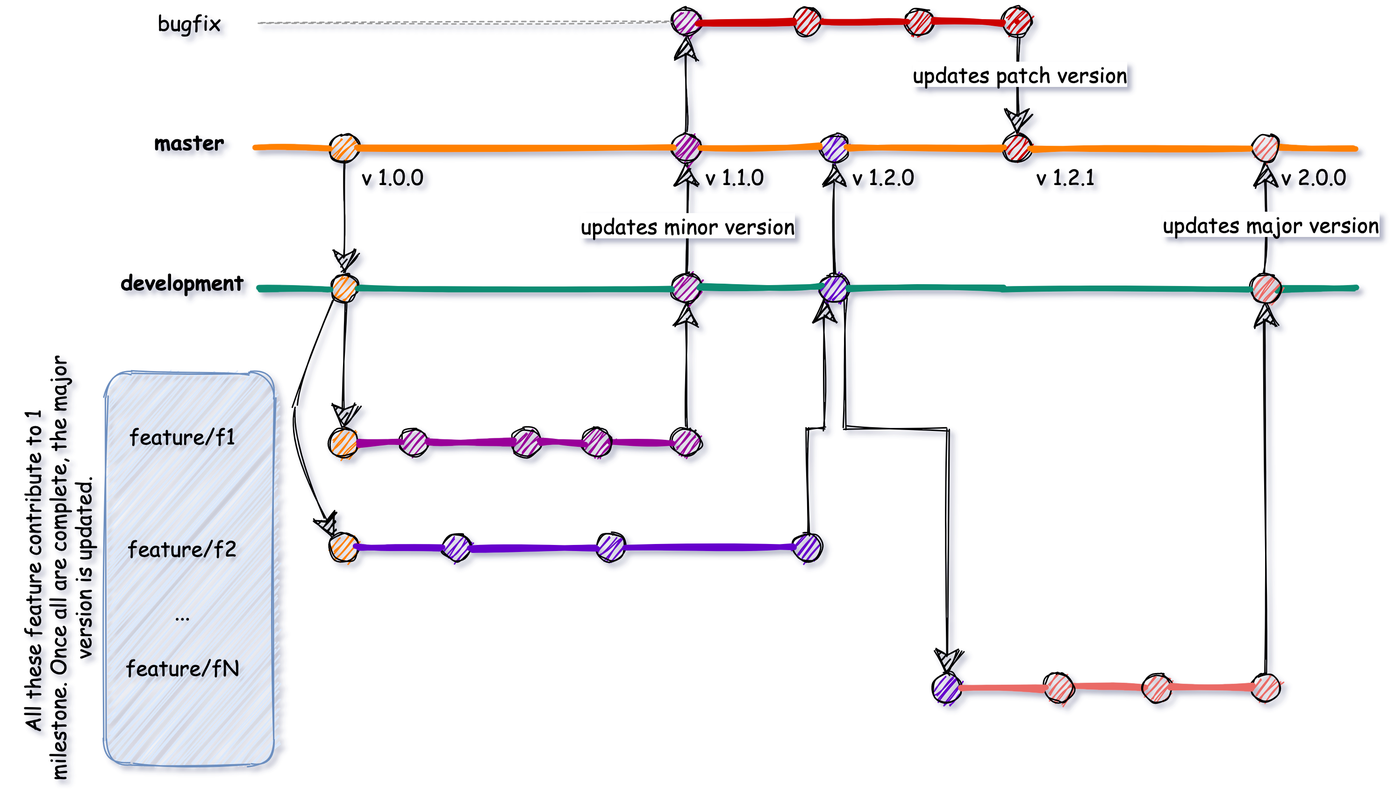
The draw.io diagram img/branching_versioning.png in adimitrova/tubeverter, before a commit. Source tidied: cells renumbered, new cells last; positions are measured from the earlier drawing's top-left corner, leaving out a move shared by most shapes.
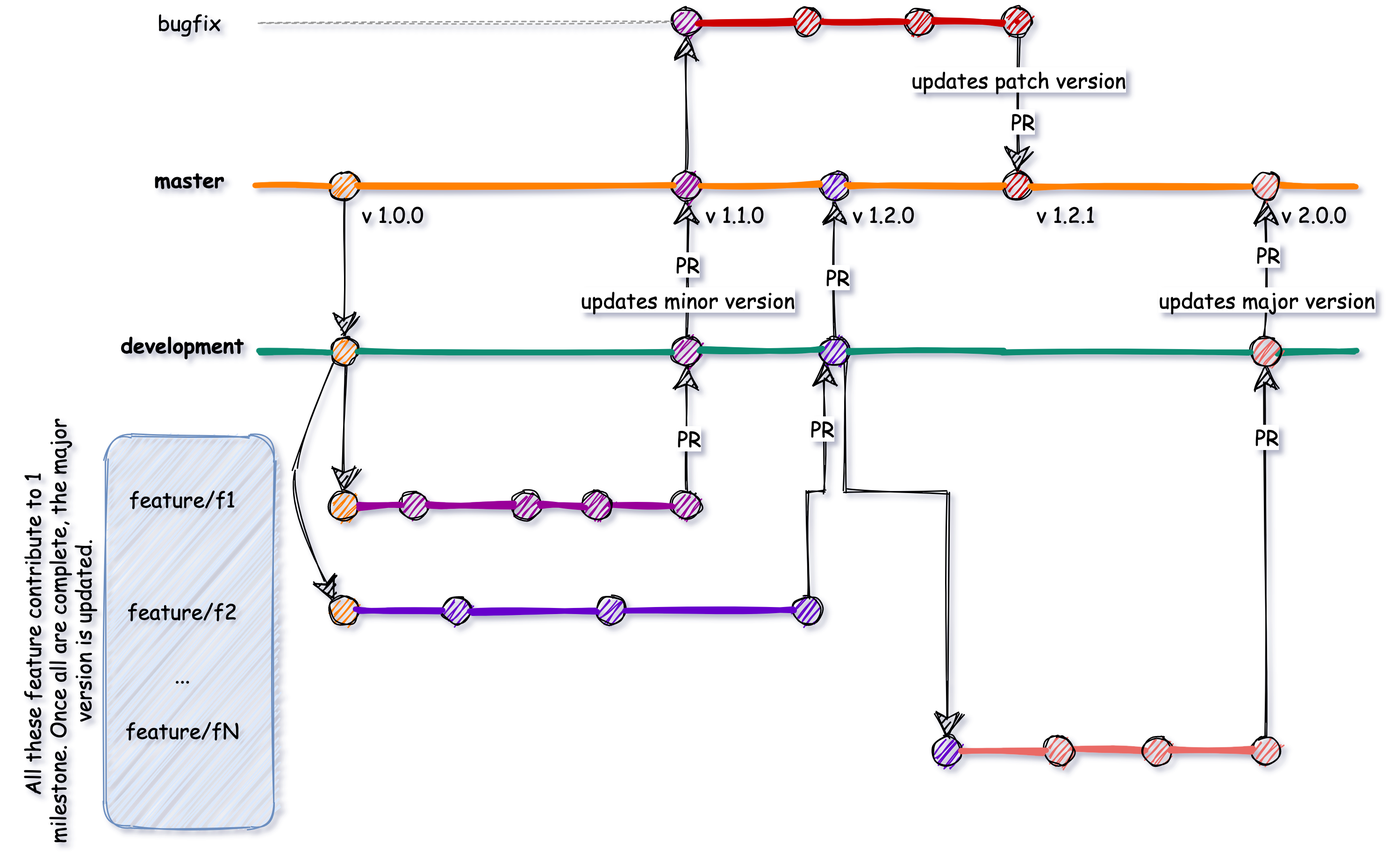
After the change.

Commit message:
corrections to the branching image

Change to the diagram source:
```diff
@@ -25,7 +25,7 @@
       <mxGeometry x="220" y="185" width="50" height="30" as="geometry" />
     </mxCell>
     <mxCell id="8" value="v 1.0.0" style="text;html=1;strokeColor=none;fillColor=none;align=center;verticalAlign=middle;whiteSpace=wrap;rounded=0;fontFamily=Comic Sans MS;fontSize=15;sketch=1;" parent="1" vertex="1">
-      <mxGeometry x="370" y="115" width="50" height="20" as="geometry" />
+      <mxGeometry x="370" y="97" width="50" height="20" as="geometry" />
     </mxCell>
     <mxCell id="9" style="ellipse;whiteSpace=wrap;html=1;fillColor=#FF8000;sketch=1;" parent="1" vertex="1">
       <mxGeometry x="350" y="305" width="20" height="20" as="geometry" />
@@ -33,6 +33,9 @@
     <mxCell id="10" style="edgeStyle=orthogonalEdgeStyle;rounded=0;jettySize=auto;html=1;exitX=0.5;exitY=0;exitDx=0;exitDy=0;entryX=0.5;entryY=1;entryDx=0;entryDy=0;strokeWidth=1;fillColor=#000066;fontFamily=Comic Sans MS;fontSize=15;sketch=1;endSize=15;" parent="1" edge="1" source="11" target="21">
       <mxGeometry relative="1" as="geometry" />
     </mxCell>
+    <mxCell id="85" value="PR" style="edgeLabel;html=1;align=center;verticalAlign=middle;fontSize=15;fontFamily=Comic Sans MS;" parent="10" vertex="1">
+      <mxGeometry x="-0.13" y="-1" relative="1" as="geometry" />
+    </mxCell>
     <mxCell id="11" style="ellipse;whiteSpace=wrap;html=1;fillColor=#990099;sketch=1;" parent="1" vertex="1">
       <mxGeometry x="594" y="305" width="20" height="20" as="geometry" />
     </mxCell>
@@ -62,9 +65,12 @@
     </mxCell>
     <mxCell id="20" value="updates minor version" style="edgeLabel;html=1;align=center;verticalAlign=middle;fontSize=15;fontFamily=Comic Sans MS;" parent="19" vertex="1">
       <mxGeometry x="-0.1" y="-1" relative="1" as="geometry">
-        <mxPoint x="-1" as="offset" />
+        <mxPoint x="-1" y="16" as="offset" />
       </mxGeometry>
     </mxCell>
+    <mxCell id="86" value="PR" style="edgeLabel;html=1;align=center;verticalAlign=middle;fontSize=15;fontFamily=Comic Sans MS;" parent="19" vertex="1">
+      <mxGeometry x="0.07" relative="1" as="geometry" />
+    </mxCell>
     <mxCell id="21" style="ellipse;whiteSpace=wrap;html=1;fillColor=#990099;sketch=1;" parent="1" vertex="1">
       <mxGeometry x="594" y="195" width="20" height="20" as="geometry" />
     </mxCell>
@@ -75,27 +81,27 @@
       <mxGeometry x="220" y="295" width="50" height="30" as="geometry" />
     </mxCell>
     <mxCell id="24" value="bugfix" style="text;html=1;strokeColor=none;fillColor=none;align=center;verticalAlign=middle;whiteSpace=wrap;rounded=0;strokeWidth=1;fontSize=15;fontFamily=Comic Sans MS;sketch=1;" parent="1" vertex="1">
-      <mxGeometry x="225" width="50" height="30" as="geometry" />
+      <mxGeometry x="225" y="-45" width="50" height="30" as="geometry" />
     </mxCell>
     <mxCell id="25" style="endArrow=none;html=1;fillColor=#000066;strokeWidth=4;strokeColor=#CC0000;sketch=1;" parent="1" edge="1" source="63">
       <mxGeometry relative="1" as="geometry">
-        <mxPoint x="840" y="15" as="targetPoint" />
+        <mxPoint x="840" y="-30" as="targetPoint" />
       </mxGeometry>
     </mxCell>
     <mxCell id="26" style="ellipse;whiteSpace=wrap;html=1;fillColor=#990099;sketch=1;" parent="1" vertex="1">
-      <mxGeometry x="594" y="5" width="20" height="20" as="geometry" />
+      <mxGeometry x="594" y="-40" width="20" height="20" as="geometry" />
     </mxCell>
     <mxCell id="27" value="v 1.1.0" style="text;html=1;strokeColor=none;fillColor=none;align=center;verticalAlign=middle;whiteSpace=wrap;rounded=0;fontFamily=Comic Sans MS;fontSize=15;sketch=1;" parent="1" vertex="1">
-      <mxGeometry x="614" y="115" width="50" height="20" as="geometry" />
+      <mxGeometry x="614" y="97" width="50" height="20" as="geometry" />
     </mxCell>
     <mxCell id="28" style="ellipse;whiteSpace=wrap;html=1;fillColor=#CC0000;sketch=1;" parent="1" vertex="1">
-      <mxGeometry x="680" y="5" width="20" height="20" as="geometry" />
+      <mxGeometry x="680" y="-40" width="20" height="20" as="geometry" />
     </mxCell>
     <mxCell id="29" style="endArrow=none;html=1;fillColor=#000066;strokeWidth=4;strokeColor=#CC0000;sketch=1;" parent="1" edge="1" source="26" target="28">
       <mxGeometry relative="1" as="geometry" />
     </mxCell>
     <mxCell id="30" style="ellipse;whiteSpace=wrap;html=1;fillColor=#CC0000;sketch=1;" parent="1" vertex="1">
-      <mxGeometry x="760" y="5" width="20" height="20" as="geometry" />
+      <mxGeometry x="760" y="-40" width="20" height="20" as="geometry" />
     </mxCell>
     <mxCell id="31" style="endArrow=none;html=1;fillColor=#000066;strokeWidth=4;strokeColor=#CC0000;sketch=1;" parent="1" edge="1" source="28" target="30">
       <mxGeometry relative="1" as="geometry" />
@@ -141,6 +147,9 @@
         </Array>
       </mxGeometry>
     </mxCell>
+    <mxCell id="87" value="PR" style="edgeLabel;html=1;align=center;verticalAlign=middle;fontSize=15;fontFamily=Comic Sans MS;" parent="40" vertex="1">
+      <mxGeometry x="0.47" y="2" relative="1" as="geometry" />
+    </mxCell>
     <mxCell id="41" style="ellipse;whiteSpace=wrap;html=1;fillColor=#6600CC;sketch=1;" parent="1" vertex="1">
       <mxGeometry x="680" y="380" width="20" height="20" as="geometry" />
     </mxCell>
@@ -158,6 +167,9 @@
     <mxCell id="44" style="edgeStyle=orthogonalEdgeStyle;rounded=0;jettySize=auto;html=1;exitX=0.5;exitY=0;exitDx=0;exitDy=0;entryX=0.5;entryY=1;entryDx=0;entryDy=0;endSize=15;strokeColor=#000000;strokeWidth=1;fillColor=#000066;fontFamily=Comic Sans MS;fontSize=15;sketch=1;" parent="1" edge="1" source="45" target="77">
       <mxGeometry relative="1" as="geometry" />
     </mxCell>
+    <mxCell id="88" value="PR" style="edgeLabel;html=1;align=center;verticalAlign=middle;fontSize=15;fontFamily=Comic Sans MS;" parent="44" vertex="1">
+      <mxGeometry x="-0.1" y="-1" relative="1" as="geometry" />
+    </mxCell>
     <mxCell id="45" style="ellipse;whiteSpace=wrap;html=1;fillColor=#6600CC;sketch=1;" parent="1" vertex="1">
       <mxGeometry x="700" y="195" width="20" height="20" as="geometry" />
     </mxCell>
@@ -165,7 +177,7 @@
       <mxGeometry relative="1" as="geometry" />
     </mxCell>
     <mxCell id="47" value="v 1.2.0" style="text;html=1;strokeColor=none;fillColor=none;align=center;verticalAlign=middle;whiteSpace=wrap;rounded=0;fontFamily=Comic Sans MS;fontSize=15;sketch=1;" parent="1" vertex="1">
-      <mxGeometry x="720" y="115" width="50" height="20" as="geometry" />
+      <mxGeometry x="720" y="97" width="50" height="20" as="geometry" />
     </mxCell>
     <mxCell id="48" value="feature/fN" style="text;html=1;strokeColor=none;fillColor=none;align=center;verticalAlign=middle;whiteSpace=wrap;rounded=0;strokeWidth=1;fontSize=15;fontFamily=Comic Sans MS;sketch=1;" parent="1" vertex="1">
       <mxGeometry x="220" y="460" width="50" height="30" as="geometry" />
@@ -193,6 +205,11 @@
     <mxCell id="55" style="edgeStyle=orthogonalEdgeStyle;rounded=0;jettySize=auto;html=1;exitX=0.5;exitY=0;exitDx=0;exitDy=0;entryX=0.5;entryY=1;entryDx=0;entryDy=0;endSize=15;strokeWidth=1;fillColor=#000066;fontFamily=Comic Sans MS;fontSize=15;sketch=1;" parent="1" edge="1" source="56" target="59">
       <mxGeometry relative="1" as="geometry" />
     </mxCell>
+    <mxCell id="89" value="PR" style="edgeLabel;html=1;align=center;verticalAlign=middle;fontSize=15;fontFamily=Comic Sans MS;" parent="55" vertex="1">
+      <mxGeometry x="0.58" y="-1" relative="1" as="geometry">
+        <mxPoint x="-1" y="-6" as="offset" />
+      </mxGeometry>
+    </mxCell>
     <mxCell id="56" style="ellipse;whiteSpace=wrap;html=1;fillColor=#EA6B66;sketch=1;" parent="1" vertex="1">
       <mxGeometry x="1007" y="480" width="20" height="20" as="geometry" />
     </mxCell>
@@ -200,8 +217,15 @@
       <mxGeometry relative="1" as="geometry" />
     </mxCell>
     <mxCell id="58" value="updates major version" style="edgeLabel;html=1;align=center;verticalAlign=middle;fontSize=15;fontFamily=Comic Sans MS;" parent="57" vertex="1">
-      <mxGeometry x="-0.07" y="-3" relative="1" as="geometry" />
+      <mxGeometry x="-0.07" y="-3" relative="1" as="geometry">
+        <mxPoint x="-3" y="17" as="offset" />
+      </mxGeometry>
     </mxCell>
+    <mxCell id="90" value="PR" style="edgeLabel;html=1;align=center;verticalAlign=middle;fontSize=15;fontFamily=Comic Sans MS;" parent="57" vertex="1">
+      <mxGeometry x="0.05" y="-1" relative="1" as="geometry">
+        <mxPoint y="-9" as="offset" />
+      </mxGeometry>
+    </mxCell>
     <mxCell id="59" style="ellipse;whiteSpace=wrap;html=1;fillColor=#EA6B66;sketch=1;" parent="1" vertex="1">
       <mxGeometry x="1007" y="195" width="20" height="20" as="geometry" />
     </mxCell>
@@ -214,10 +238,15 @@
       <mxGeometry relative="1" as="geometry" />
     </mxCell>
     <mxCell id="62" value="updates patch version" style="edgeLabel;html=1;align=center;verticalAlign=middle;fontSize=15;fontFamily=Comic Sans MS;" parent="61" vertex="1">
-      <mxGeometry x="-0.26" y="1" relative="1" as="geometry" />
+      <mxGeometry x="-0.26" y="1" relative="1" as="geometry">
+        <mxPoint x="-1" y="-6" as="offset" />
+      </mxGeometry>
     </mxCell>
+    <mxCell id="91" value="PR" style="edgeLabel;html=1;align=center;verticalAlign=middle;fontSize=15;fontFamily=Comic Sans MS;" parent="61" vertex="1">
+      <mxGeometry x="0.23" y="3" relative="1" as="geometry" />
+    </mxCell>
     <mxCell id="63" style="ellipse;whiteSpace=wrap;html=1;fillColor=#CC0000;sketch=1;" parent="1" vertex="1">
-      <mxGeometry x="830" y="5" width="20" height="20" as="geometry" />
+      <mxGeometry x="830" y="-40" width="20" height="20" as="geometry" />
     </mxCell>
     <mxCell id="64" style="endArrow=none;html=1;fillColor=#000066;strokeWidth=4;strokeColor=#CC0000;sketch=1;" parent="1" edge="1" source="30" target="63">
       <mxGeometry relative="1" as="geometry" />
@@ -228,10 +257,10 @@
       </mxGeometry>
     </mxCell>
     <mxCell id="66" value="v 1.2.1" style="text;html=1;strokeColor=none;fillColor=none;align=center;verticalAlign=middle;whiteSpace=wrap;rounded=0;fontFamily=Comic Sans MS;fontSize=15;sketch=1;" parent="1" vertex="1">
-      <mxGeometry x="850" y="115" width="50" height="20" as="geometry" />
+      <mxGeometry x="850" y="97" width="50" height="20" as="geometry" />
     </mxCell>
     <mxCell id="67" value="v 2.0.0" style="text;html=1;strokeColor=none;fillColor=none;align=center;verticalAlign=middle;whiteSpace=wrap;rounded=0;fontFamily=Comic Sans MS;fontSize=15;sketch=1;" parent="1" vertex="1">
-      <mxGeometry x="1027" y="115" width="50" height="20" as="geometry" />
+      <mxGeometry x="1027" y="97" width="50" height="20" as="geometry" />
     </mxCell>
     <mxCell id="68" style="endArrow=none;html=1;fillColor=#000066;strokeWidth=4;strokeColor=#EA6B66;exitX=0;exitY=0.5;exitDx=0;exitDy=0;sketch=1;" parent="1" edge="1" source="56">
       <mxGeometry relative="1" as="geometry">
@@ -239,55 +268,55 @@
       </mxGeometry>
     </mxCell>
     <mxCell id="69" value="master" style="text;html=1;strokeColor=none;fillColor=none;align=center;verticalAlign=middle;whiteSpace=wrap;rounded=0;strokeWidth=1;fontSize=15;fontFamily=Comic Sans MS;fontStyle=1;sketch=1;" parent="1" vertex="1">
-      <mxGeometry x="225" y="85" width="50" height="30" as="geometry" />
+      <mxGeometry x="225" y="67" width="50" height="30" as="geometry" />
     </mxCell>
     <mxCell id="70" style="endArrow=none;html=1;fillColor=#000066;strokeWidth=4;strokeColor=#FF8000;sketch=1;" parent="1" edge="1" source="81">
       <mxGeometry relative="1" as="geometry">
-        <mxPoint x="1080" y="105" as="targetPoint" />
+        <mxPoint x="1080" y="87" as="targetPoint" />
       </mxGeometry>
     </mxCell>
     <mxCell id="71" style="edgeStyle=orthogonalEdgeStyle;rounded=0;jettySize=auto;html=1;entryX=0.5;entryY=0;entryDx=0;entryDy=0;endSize=15;strokeWidth=1;fillColor=#000066;fontFamily=Comic Sans MS;fontSize=15;sketch=1;" parent="1" edge="1" source="72" target="5">
       <mxGeometry relative="1" as="geometry" />
     </mxCell>
     <mxCell id="72" style="ellipse;whiteSpace=wrap;html=1;fillColor=#FF8000;sketch=1;" parent="1" vertex="1">
-      <mxGeometry x="350" y="95" width="20" height="20" as="geometry" />
+      <mxGeometry x="350" y="77" width="20" height="20" as="geometry" />
     </mxCell>
     <mxCell id="73" style="endArrow=none;html=1;fillColor=#000066;strokeWidth=4;strokeColor=#FF8000;sketch=1;" parent="1" edge="1" target="72">
       <mxGeometry relative="1" as="geometry">
-        <mxPoint x="298" y="105" as="sourcePoint" />
+        <mxPoint x="298" y="87" as="sourcePoint" />
       </mxGeometry>
     </mxCell>
     <mxCell id="74" style="edgeStyle=orthogonalEdgeStyle;rounded=0;jettySize=auto;html=1;entryX=0.5;entryY=1;entryDx=0;entryDy=0;endSize=15;strokeColor=#000000;strokeWidth=1;fillColor=#000066;fontFamily=Comic Sans MS;fontSize=15;sketch=1;" parent="1" edge="1" source="75" target="26">
       <mxGeometry relative="1" as="geometry" />
     </mxCell>
     <mxCell id="75" style="ellipse;whiteSpace=wrap;html=1;fillColor=#990099;sketch=1;" parent="1" vertex="1">
-      <mxGeometry x="594" y="95" width="20" height="20" as="geometry" />
+      <mxGeometry x="594" y="77" width="20" height="20" as="geometry" />
     </mxCell>
     <mxCell id="76" style="endArrow=none;html=1;fillColor=#000066;strokeWidth=4;strokeColor=#FF8000;sketch=1;" parent="1" edge="1" source="72" target="75">
       <mxGeometry relative="1" as="geometry" />
     </mxCell>
     <mxCell id="77" style="ellipse;whiteSpace=wrap;html=1;fillColor=#6600CC;sketch=1;" parent="1" vertex="1">
-      <mxGeometry x="700" y="95" width="20" height="20" as="geometry" />
+      <mxGeometry x="700" y="77" width="20" height="20" as="geometry" />
     </mxCell>
     <mxCell id="78" style="endArrow=none;html=1;fillColor=#000066;strokeWidth=4;strokeColor=#FF8000;sketch=1;" parent="1" edge="1" source="75" target="77">
       <mxGeometry relative="1" as="geometry" />
     </mxCell>
     <mxCell id="79" style="ellipse;whiteSpace=wrap;html=1;fillColor=#CC0000;sketch=1;" parent="1" vertex="1">
-      <mxGeometry x="830" y="95" width="20" height="20" as="geometry" />
+      <mxGeometry x="830" y="77" width="20" height="20" as="geometry" />
     </mxCell>
     <mxCell id="80" style="endArrow=none;html=1;fillColor=#000066;strokeWidth=4;strokeColor=#FF8000;sketch=1;" parent="1" edge="1" source="77" target="79">
       <mxGeometry relative="1" as="geometry" />
     </mxCell>
     <mxCell id="81" style="ellipse;whiteSpace=wrap;html=1;fillColor=#EA6B66;sketch=1;" parent="1" vertex="1">
-      <mxGeometry x="1007" y="95" width="20" height="20" as="geometry" />
+      <mxGeometry x="1007" y="77" width="20" height="20" as="geometry" />
     </mxCell>
     <mxCell id="82" style="endArrow=none;html=1;fillColor=#000066;strokeWidth=4;strokeColor=#FF8000;sketch=1;" parent="1" edge="1" source="79" target="81">
       <mxGeometry relative="1" as="geometry" />
     </mxCell>
     <mxCell id="83" style="endArrow=none;html=1;fillColor=#000066;strokeWidth=1;dashed=1;strokeColor=#999999;sketch=1;" parent="1" edge="1">
       <mxGeometry relative="1" as="geometry">
-        <mxPoint x="300" y="15" as="sourcePoint" />
-        <mxPoint x="594" y="14.5" as="targetPoint" />
+        <mxPoint x="300" y="-30" as="sourcePoint" />
+        <mxPoint x="594" y="-30.5" as="targetPoint" />
       </mxGeometry>
     </mxCell>
     <mxCell id="84" value="..." style="text;html=1;strokeColor=none;fillColor=none;align=center;verticalAlign=middle;whiteSpace=wrap;rounded=0;fontFamily=Comic Sans MS;fontSize=15;sketch=1;" parent="1" vertex="1">
```
